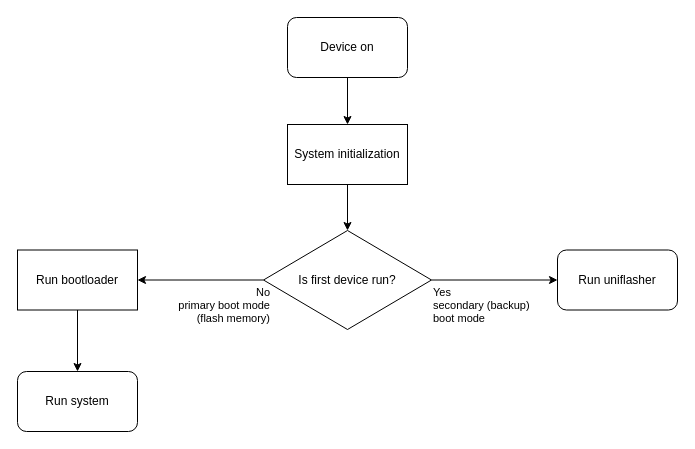
This is schematic/05-sw-flow-overview.drawio from petrkucerak/diplom-thesis, a draw.io file, before an edit. Source tidied: cells renumbered, new cells numbered last; positions are measured from the earlier drawing's top-left corner, leaving out a move shared by most shapes. Both pictures are drawn from the tidied source at 100%, with x=0, y=0 at pixel (17, 17).
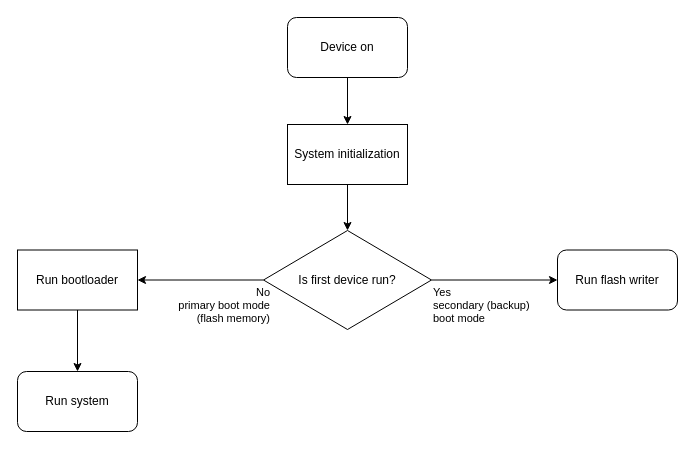
The same page after the edit.

Commit message (it also covers changes not shown here):
Migrat from uniflasher to flash writer

The edit, as a diff of the source:
```diff
@@
 <mxGraphModel>
   <root>
     <mxCell id="0" />
     <mxCell id="1" parent="0" />
     <mxCell id="2" style="edgeStyle=none;html=1;exitX=0.5;exitY=1;exitDx=0;exitDy=0;" parent="1" edge="1" source="3" target="10">
       <mxGeometry relative="1" as="geometry" />
     </mxCell>
     <mxCell id="3" value="Device on" style="rounded=1;whiteSpace=wrap;html=1;" parent="1" vertex="1">
       <mxGeometry x="270" width="120" height="60" as="geometry" />
     </mxCell>
     <mxCell id="4" style="edgeStyle=none;html=1;exitX=1;exitY=0.5;exitDx=0;exitDy=0;" parent="1" edge="1" source="8" target="11">
       <mxGeometry relative="1" as="geometry" />
     </mxCell>
     <mxCell id="5" value="Yes&lt;div&gt;secondary (backup)&lt;/div&gt;&lt;div&gt;boot mode&lt;/div&gt;" style="edgeLabel;html=1;align=left;verticalAlign=middle;" parent="4" vertex="1">
       <mxGeometry x="-0.65" y="1" relative="1" as="geometry">
         <mxPoint x="-22" y="26" as="offset" />
       </mxGeometry>
     </mxCell>
     <mxCell id="6" style="edgeStyle=none;html=1;exitX=0;exitY=0.5;exitDx=0;exitDy=0;" parent="1" edge="1" source="8" target="13">
       <mxGeometry relative="1" as="geometry" />
     </mxCell>
     <mxCell id="7" value="No&lt;div&gt;primary boot mode&lt;br&gt;(flash memory)&lt;/div&gt;" style="edgeLabel;html=1;align=right;verticalAlign=middle;" parent="6" vertex="1">
       <mxGeometry x="-0.12" y="-1" relative="1" as="geometry">
         <mxPoint x="62" y="26" as="offset" />
       </mxGeometry>
     </mxCell>
     <mxCell id="8" value="Is first device run?" style="rhombus;whiteSpace=wrap;html=1;" parent="1" vertex="1">
       <mxGeometry x="246" y="213" width="168" height="99" as="geometry" />
     </mxCell>
     <mxCell id="9" style="edgeStyle=none;html=1;exitX=0.5;exitY=1;exitDx=0;exitDy=0;" parent="1" edge="1" source="10" target="8">
       <mxGeometry relative="1" as="geometry" />
     </mxCell>
     <mxCell id="10" value="System initialization" style="rounded=0;whiteSpace=wrap;html=1;" parent="1" vertex="1">
       <mxGeometry x="270" y="107" width="120" height="60" as="geometry" />
     </mxCell>
-    <mxCell id="11" value="Run uniflasher" style="rounded=1;whiteSpace=wrap;html=1;" parent="1" vertex="1">
+    <mxCell id="11" value="Run flash writer" style="rounded=1;whiteSpace=wrap;html=1;" parent="1" vertex="1">
       <mxGeometry x="540" y="232.5" width="120" height="60" as="geometry" />
     </mxCell>
     <mxCell id="12" style="edgeStyle=none;html=1;" parent="1" edge="1" source="13" target="14">
       <mxGeometry relative="1" as="geometry" />
     </mxCell>
     <mxCell id="13" value="Run bootloader" style="rounded=0;whiteSpace=wrap;html=1;" parent="1" vertex="1">
       <mxGeometry y="232.5" width="120" height="60" as="geometry" />
     </mxCell>
     <mxCell id="14" value="Run system" style="rounded=1;whiteSpace=wrap;html=1;" parent="1" vertex="1">
       <mxGeometry y="354" width="120" height="60" as="geometry" />
     </mxCell>
   </root>
 </mxGraphModel>
```
